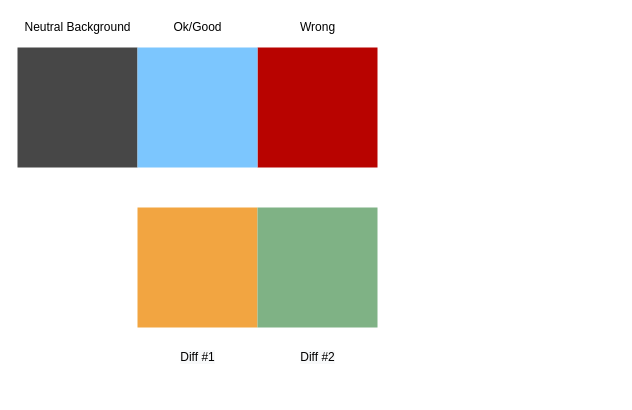
Before: master_thesis/figures/colors.drawio in MatusT/master-thesis, a draw.io diagram. Source tidied: cells renumbered, new cells numbered last; positions are measured from the earlier drawing's top-left corner, leaving out a move shared by most shapes. Both pictures are drawn from the tidied source at 100%, with x=0, y=0 at pixel (17, 17).
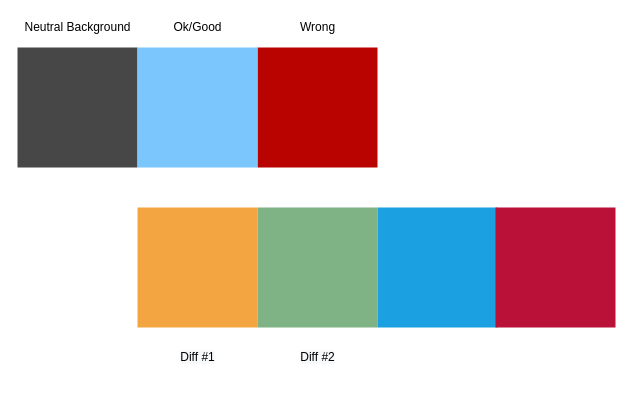
The same page after the edit.

Change to the diagram source:
```diff
@@
 <mxGraphModel>
   <root>
     <mxCell id="0" />
     <mxCell id="1" parent="0" />
     <mxCell id="2" style="rounded=0;whiteSpace=wrap;html=1;fontColor=#333333;strokeColor=none;fillColor=#474747;" parent="1" vertex="1">
       <mxGeometry y="30" width="120" height="120" as="geometry" />
     </mxCell>
     <mxCell id="3" style="rounded=0;whiteSpace=wrap;html=1;strokeColor=none;fillColor=#B80300;" parent="1" vertex="1">
       <mxGeometry x="240" y="30" width="120" height="120" as="geometry" />
     </mxCell>
     <mxCell id="4" style="rounded=0;whiteSpace=wrap;html=1;strokeColor=none;fillColor=#7CC6FE;" parent="1" vertex="1">
       <mxGeometry x="120" y="30" width="120" height="120" as="geometry" />
     </mxCell>
     <mxCell id="5" value="Neutral Background" style="text;html=1;align=center;verticalAlign=middle;" parent="1" vertex="1">
       <mxGeometry width="120" height="20" as="geometry" />
     </mxCell>
     <mxCell id="6" value="Ok/Good" style="text;html=1;align=center;verticalAlign=middle;" parent="1" vertex="1">
       <mxGeometry x="150" width="60" height="20" as="geometry" />
     </mxCell>
     <mxCell id="7" value="Wrong" style="text;html=1;align=center;verticalAlign=middle;" parent="1" vertex="1">
       <mxGeometry x="275" width="50" height="20" as="geometry" />
     </mxCell>
     <mxCell id="8" style="rounded=0;whiteSpace=wrap;html=1;strokeColor=none;fillColor=#F2A541;" parent="1" vertex="1">
       <mxGeometry x="120" y="190" width="120" height="120" as="geometry" />
     </mxCell>
     <mxCell id="9" style="rounded=0;whiteSpace=wrap;html=1;strokeColor=none;fillColor=#7FB285;" parent="1" vertex="1">
       <mxGeometry x="240" y="190" width="120" height="120" as="geometry" />
     </mxCell>
     <mxCell id="10" value="&#10;&#10;&lt;span style=&quot;color: rgb(0, 0, 0); font-family: helvetica; font-size: 12px; font-style: normal; font-weight: 400; letter-spacing: normal; text-align: center; text-indent: 0px; text-transform: none; word-spacing: 0px; background-color: rgb(248, 249, 250); display: inline; float: none;&quot;&gt;Diff #1&lt;/span&gt;&#10;&#10;" style="text;html=1;align=center;verticalAlign=middle;" parent="1" vertex="1">
       <mxGeometry x="155" y="310" width="50" height="60" as="geometry" />
     </mxCell>
     <mxCell id="11" value="&lt;br&gt;&lt;br&gt;&lt;span style=&quot;color: rgb(0 , 0 , 0) ; font-family: &amp;#34;helvetica&amp;#34; ; font-size: 12px ; font-style: normal ; font-weight: 400 ; letter-spacing: normal ; text-align: center ; text-indent: 0px ; text-transform: none ; word-spacing: 0px ; background-color: rgb(248 , 249 , 250) ; display: inline ; float: none&quot;&gt;Diff #2&lt;/span&gt;&lt;br&gt;" style="text;html=1;align=center;verticalAlign=middle;" parent="1" vertex="1">
       <mxGeometry x="275" y="300" width="50" height="50" as="geometry" />
     </mxCell>
+    <mxCell id="12" style="rounded=0;whiteSpace=wrap;html=1;fillColor=#1ba1e2;fontColor=#ffffff;strokeColor=none;" parent="1" vertex="1">
+      <mxGeometry x="360" y="190" width="120" height="120" as="geometry" />
+    </mxCell>
+    <mxCell id="13" style="rounded=0;whiteSpace=wrap;html=1;strokeColor=none;fillColor=#BA1138;" parent="1" vertex="1">
+      <mxGeometry x="478" y="190" width="120" height="120" as="geometry" />
+    </mxCell>
   </root>
 </mxGraphModel>
```
